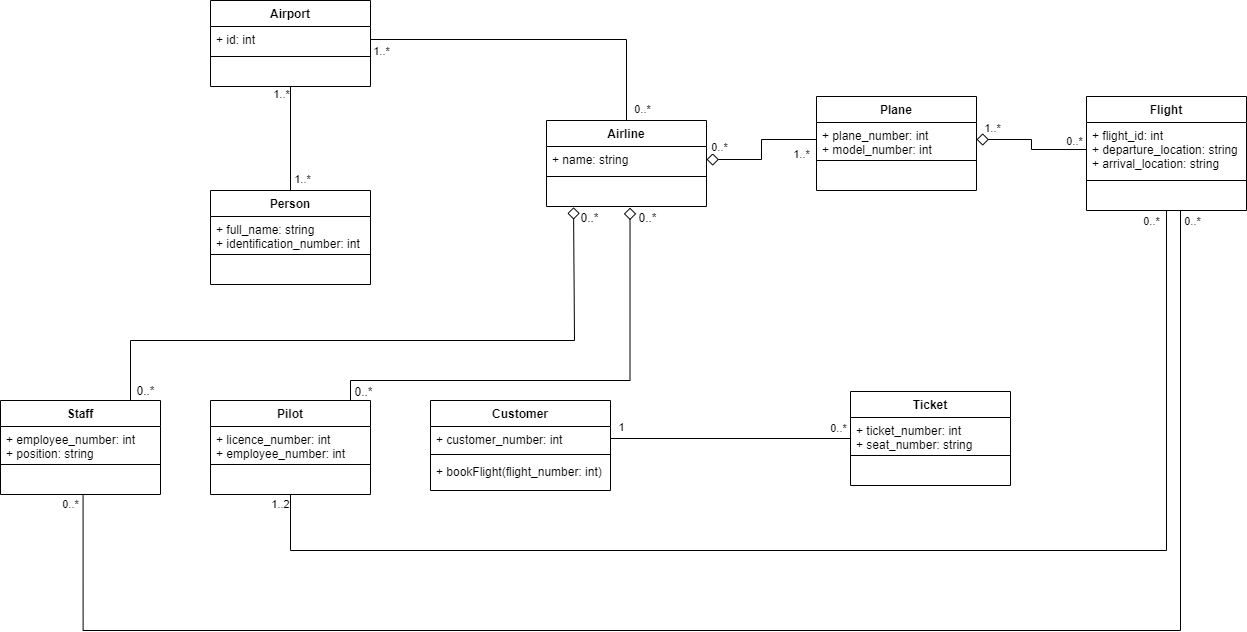
Before: UML Examples/North American Airports System/North American Airports System Class Diagram.png, a diagram exported from draw.io (smitbmx/Architecture-Diagrams). Source tidied: cells renumbered, new cells last; positions are measured from the earlier drawing's top-left corner, leaving out a move shared by most shapes.
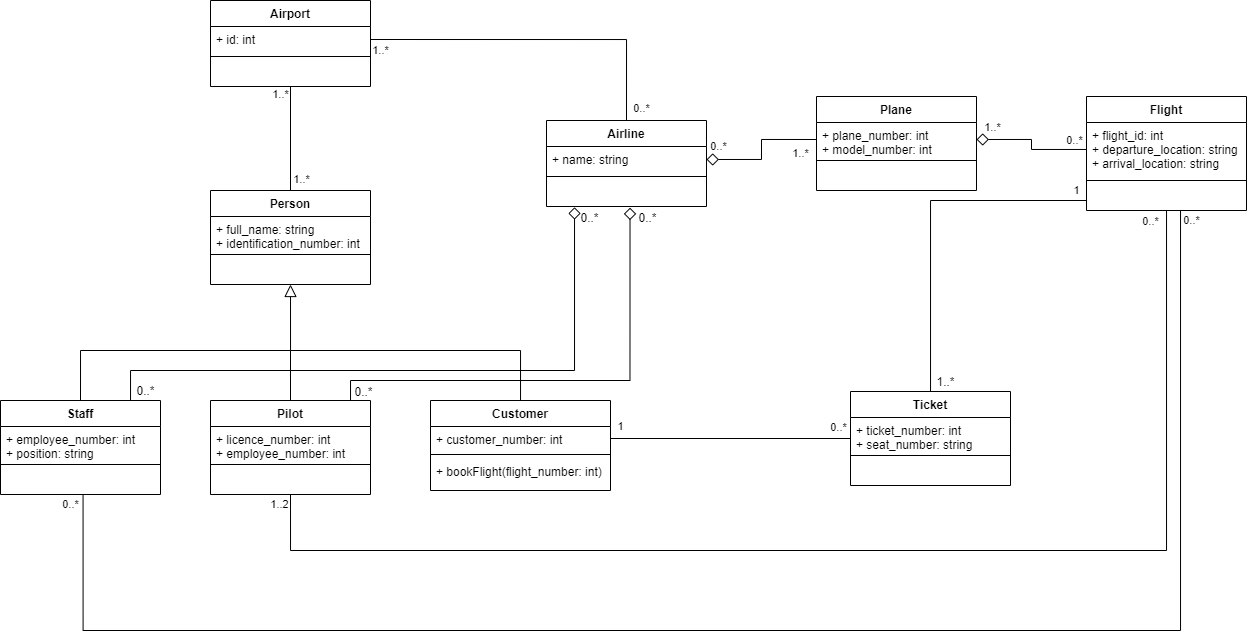
Above is the later version.

What changed in the source:
```diff
@@ -81,6 +81,19 @@
         <mxPoint x="-1" y="-9" as="offset" />
       </mxGeometry>
     </mxCell>
+    <mxCell id="65" style="edgeStyle=orthogonalEdgeStyle;rounded=0;jettySize=auto;html=1;entryX=0;entryY=0.5;entryDx=0;entryDy=0;startArrow=none;startFill=0;endArrow=none;endFill=0;startSize=10;endSize=10;" parent="1" edge="1" source="24" target="20">
+      <mxGeometry relative="1" as="geometry">
+        <Array as="points">
+          <mxPoint x="930" y="200" />
+          <mxPoint x="1086" y="200" />
+        </Array>
+      </mxGeometry>
+    </mxCell>
+    <mxCell id="66" value="1" style="edgeLabel;html=1;align=center;verticalAlign=middle;" parent="65" vertex="1">
+      <mxGeometry x="0.92" y="2" relative="1" as="geometry">
+        <mxPoint y="-8" as="offset" />
+      </mxGeometry>
+    </mxCell>
     <mxCell id="24" value="Ticket" style="swimlane;fontStyle=1;align=center;verticalAlign=top;horizontal=1;startSize=26;" parent="1" vertex="1">
       <mxGeometry x="850" y="391" width="160" height="94" as="geometry" />
     </mxCell>
@@ -113,6 +126,11 @@
         </Array>
       </mxGeometry>
     </mxCell>
+    <mxCell id="67" style="edgeStyle=orthogonalEdgeStyle;rounded=0;jettySize=auto;html=1;exitX=0.5;exitY=0;exitDx=0;exitDy=0;startArrow=none;startFill=0;endArrow=none;endFill=0;startSize=10;endSize=10;" parent="1" edge="1" source="33">
+      <mxGeometry relative="1" as="geometry">
+        <mxPoint x="290" y="350" as="targetPoint" />
+      </mxGeometry>
+    </mxCell>
     <mxCell id="33" value="Pilot" style="swimlane;fontStyle=1;align=center;verticalAlign=top;horizontal=1;startSize=26;" parent="1" vertex="1">
       <mxGeometry x="210" y="400" width="160" height="94" as="geometry" />
     </mxCell>
@@ -125,6 +143,14 @@
     <mxCell id="36" value=" " style="text;strokeColor=none;fillColor=none;align=left;verticalAlign=top;spacingLeft=4;spacingRight=4;overflow=hidden;" parent="33" vertex="1">
       <mxGeometry y="68" width="160" height="26" as="geometry" />
     </mxCell>
+    <mxCell id="68" style="edgeStyle=orthogonalEdgeStyle;rounded=0;jettySize=auto;html=1;startArrow=none;startFill=0;endArrow=none;endFill=0;startSize=10;endSize=10;" parent="1" edge="1" source="37">
+      <mxGeometry relative="1" as="geometry">
+        <mxPoint x="290" y="350" as="targetPoint" />
+        <Array as="points">
+          <mxPoint x="520" y="350" />
+        </Array>
+      </mxGeometry>
+    </mxCell>
     <mxCell id="37" value="Customer" style="swimlane;fontStyle=1;align=center;verticalAlign=top;horizontal=1;startSize=26;" parent="1" vertex="1">
       <mxGeometry x="430" y="400" width="180" height="90" as="geometry" />
     </mxCell>
@@ -140,12 +166,20 @@
     <mxCell id="41" style="edgeStyle=orthogonalEdgeStyle;rounded=0;jettySize=auto;html=1;startArrow=none;startFill=0;endArrow=diamond;endFill=0;startSize=10;endSize=10;entryX=0.169;entryY=1.026;entryDx=0;entryDy=0;entryPerimeter=0;" parent="1" edge="1" source="42" target="9">
       <mxGeometry relative="1" as="geometry">
         <Array as="points">
-          <mxPoint x="130" y="340" />
-          <mxPoint x="574" y="340" />
+          <mxPoint x="130" y="370" />
+          <mxPoint x="574" y="370" />
           <mxPoint x="574" y="207" />
         </Array>
       </mxGeometry>
     </mxCell>
+    <mxCell id="69" style="edgeStyle=orthogonalEdgeStyle;rounded=0;jettySize=auto;html=1;exitX=0.5;exitY=0;exitDx=0;exitDy=0;startArrow=none;startFill=0;endArrow=block;endFill=0;startSize=10;endSize=10;entryX=0.5;entryY=1;entryDx=0;entryDy=0;" parent="1" edge="1" source="42" target="28">
+      <mxGeometry relative="1" as="geometry">
+        <Array as="points">
+          <mxPoint x="80" y="350" />
+          <mxPoint x="290" y="350" />
+        </Array>
+      </mxGeometry>
+    </mxCell>
     <mxCell id="42" value="Staff" style="swimlane;fontStyle=1;align=center;verticalAlign=top;horizontal=1;startSize=26;" parent="1" vertex="1">
       <mxGeometry y="400" width="160" height="94" as="geometry" />
     </mxCell>
@@ -237,5 +271,8 @@
     <mxCell id="64" value="0..*" style="text;html=1;align=center;verticalAlign=middle;strokeColor=none;" parent="1" vertex="1">
       <mxGeometry x="632" y="207" width="30" height="20" as="geometry" />
     </mxCell>
+    <mxCell id="70" value="1..*" style="text;html=1;align=center;verticalAlign=middle;strokeColor=none;" parent="1" vertex="1">
+      <mxGeometry x="930" y="371" width="30" height="20" as="geometry" />
+    </mxCell>
   </root>
 </mxGraphModel>
```
